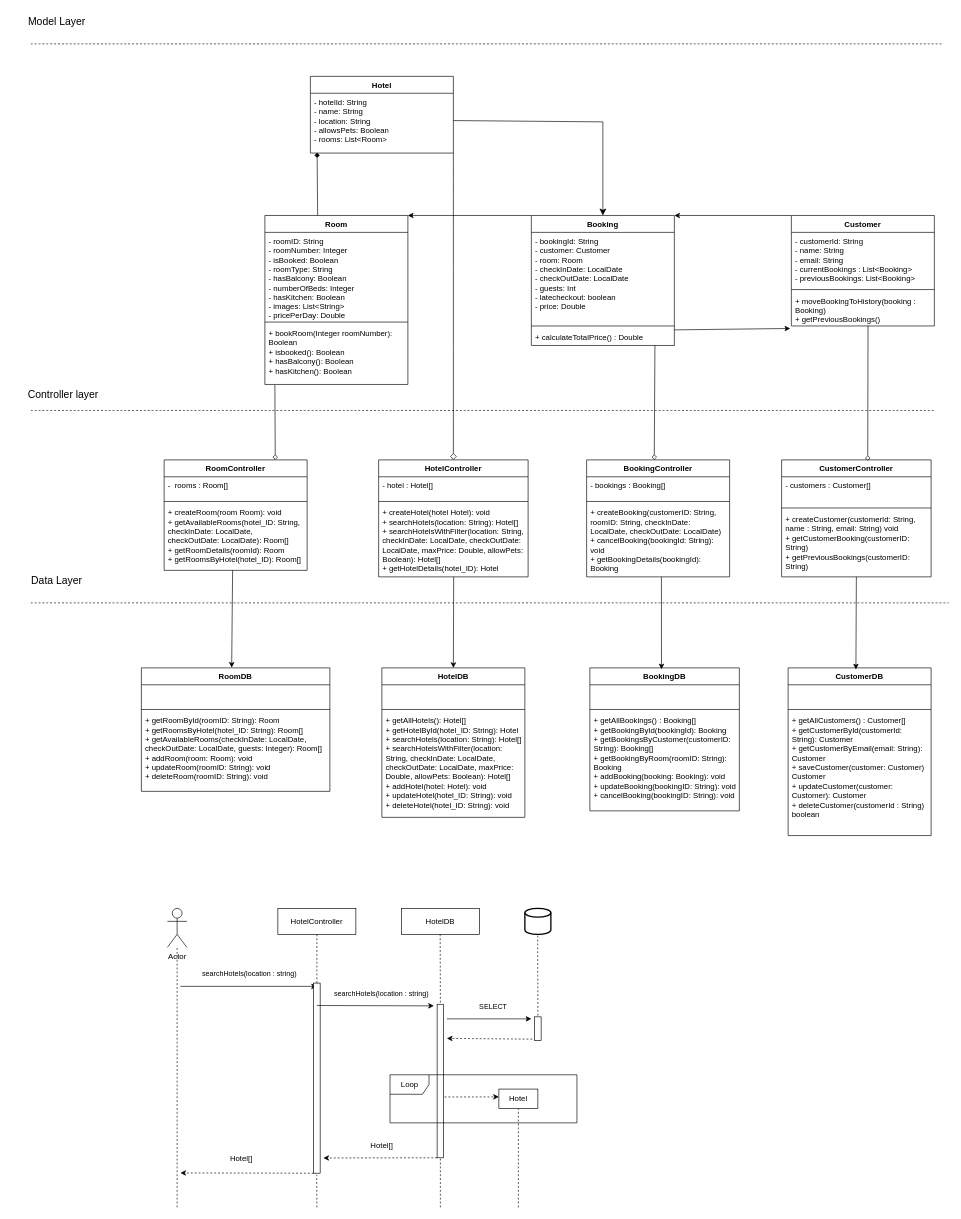
Earlier version of the draw.io diagram V3/Design Module.drawio (rthor997/HBV401G-Throun_hugbunathar). Source tidied: cells renumbered, new cells numbered last; positions are measured from the earlier drawing's top-left corner, leaving out a move shared by most shapes. Both pictures are drawn from the tidied source at 65%, with x=0, y=0 at pixel (11, 11).
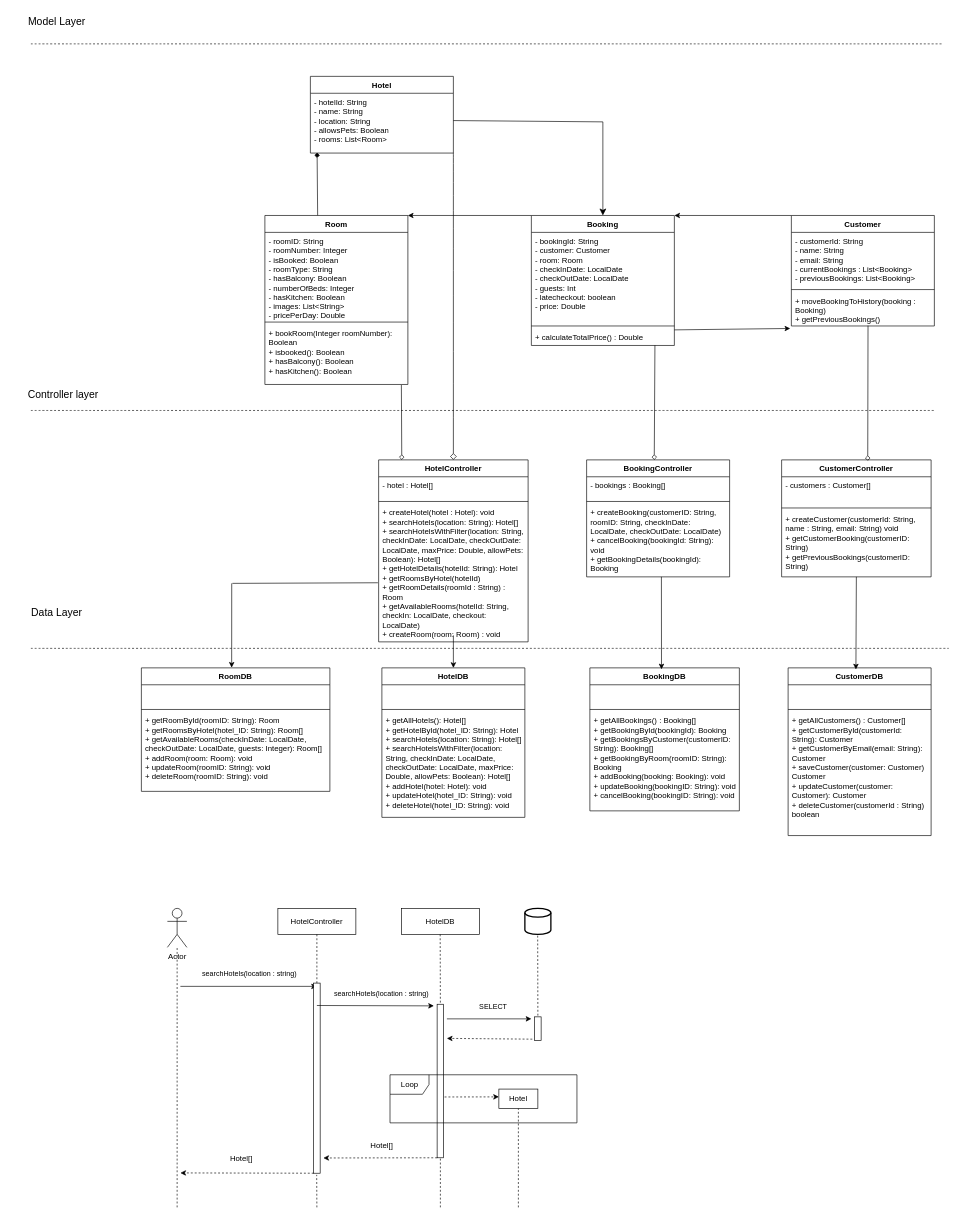
The same page after the edit.

Commit message:
Sameina Hotelcontroller og roomcontroller

Unchanged cells that the change refers to:
```xml
<mxCell id="17" value="+ bookRoom(Integer roomNumber): Boolean&lt;div&gt;+ isbooked(): Boolean&lt;/div&gt;&lt;div&gt;&lt;span style=&quot;background-color: transparent; color: light-dark(rgb(0, 0, 0), rgb(255, 255, 255));&quot;&gt;+ hasBalcony(): Boolean&lt;/span&gt;&lt;/div&gt;&lt;div&gt;+ hasKitchen(): Boolean&lt;/div&gt;&lt;div&gt;&lt;div&gt;&lt;br&gt;&lt;/div&gt;&lt;div&gt;&lt;br&gt;&lt;/div&gt;&lt;/div&gt;" style="text;strokeColor=none;fillColor=none;align=left;verticalAlign=top;spacingLeft=4;spacingRight=4;overflow=hidden;points=[[0,0.5],[1,0.5]];portConstraint=eastwest;whiteSpace=wrap;html=1;" parent="14" vertex="1">
  <mxGeometry y="168" width="220" height="92" as="geometry" />
</mxCell>
<mxCell id="45" value="RoomDB" style="swimlane;fontStyle=1;align=center;verticalAlign=top;horizontal=1;startSize=26;whiteSpace=wrap;html=1;" parent="1" vertex="1">
  <mxGeometry x="200" y="1010" width="290" height="190" as="geometry" />
</mxCell>
<mxCell id="58" value="HotelDB" style="swimlane;fontStyle=1;align=center;verticalAlign=top;horizontal=1;startSize=26;whiteSpace=wrap;html=1;" parent="1" vertex="1">
  <mxGeometry x="570" y="1010" width="220" height="230" as="geometry" />
</mxCell>
```

Diff of the diagram source:
```diff
@@
     <mxCell id="23" style="endArrow=none;dashed=1;html=1;rounded=0;fontSize=12;startSize=8;endSize=8;curved=1;" parent="1" edge="1">
       <mxGeometry relative="1" as="geometry">
-        <mxPoint x="30" y="910" as="sourcePoint" />
-        <mxPoint x="1442" y="910" as="targetPoint" />
+        <mxPoint x="30" y="980" as="sourcePoint" />
+        <mxPoint x="1442" y="980" as="targetPoint" />
       </mxGeometry>
     </mxCell>
     <mxCell id="24" value="Data Layer" style="text;html=1;whiteSpace=wrap;strokeColor=none;fillColor=none;align=center;verticalAlign=middle;rounded=0;fontSize=16;" parent="1" vertex="1">
-      <mxGeometry y="860" width="140" height="30" as="geometry" />
+      <mxGeometry y="910" width="140" height="30" as="geometry" />
     </mxCell>
@@
-    <mxCell id="30" value="RoomController" style="swimlane;fontStyle=1;align=center;verticalAlign=top;horizontal=1;startSize=26;whiteSpace=wrap;html=1;" parent="1" vertex="1">
-      <mxGeometry x="235" y="690" width="220" height="170" as="geometry" />
-    </mxCell>
-    <mxCell id="31" style="endArrow=diamond;html=1;rounded=0;exitX=0.07;exitY=1.009;exitDx=0;exitDy=0;exitPerimeter=0;endFill=0;" parent="30" edge="1" source="17">
-      <mxGeometry relative="1" as="geometry">
-        <mxPoint x="171" as="targetPoint" />
-      </mxGeometry>
-    </mxCell>
-    <mxCell id="32" value="-&amp;nbsp; rooms : Room[]&amp;nbsp;" style="text;strokeColor=none;fillColor=none;align=left;verticalAlign=top;spacingLeft=4;spacingRight=4;overflow=hidden;whiteSpace=wrap;html=1;" parent="30" vertex="1">
-      <mxGeometry y="26" width="220" height="34" as="geometry" />
-    </mxCell>
-    <mxCell id="33" style="line;strokeWidth=1;fillColor=none;align=left;verticalAlign=middle;spacingTop=-1;spacingLeft=3;spacingRight=3;labelPosition=right;strokeColor=inherit;" parent="30" vertex="1">
-      <mxGeometry y="60" width="220" height="8" as="geometry" />
-    </mxCell>
-    <mxCell id="34" value="&lt;div&gt;&lt;span style=&quot;color: light-dark(rgb(0, 0, 0), rgb(255, 255, 255)); background-color: transparent;&quot;&gt;+ createRoom(room Room): void&lt;/span&gt;&lt;/div&gt;&lt;div&gt;&lt;span style=&quot;color: light-dark(rgb(0, 0, 0), rgb(255, 255, 255)); background-color: transparent;&quot;&gt;+&amp;nbsp;&lt;/span&gt;getAvailableRooms(hotel_ID: String, checkInDate: LocalDate, checkOutDate: LocalDate): Room[]&lt;/div&gt;&lt;div&gt;&lt;div&gt;&lt;span style=&quot;background-color: transparent; color: light-dark(rgb(0, 0, 0), rgb(255, 255, 255));&quot;&gt;+&amp;nbsp;&lt;/span&gt;getRoomDetails(roomId): Room&lt;/div&gt;&lt;div&gt;+ getRoomsByHotel(hotel_ID): Room[]&amp;nbsp;&lt;/div&gt;&lt;/div&gt;&lt;div&gt;&lt;br&gt;&lt;/div&gt;" style="text;strokeColor=none;fillColor=none;align=left;verticalAlign=top;spacingLeft=4;spacingRight=4;overflow=hidden;points=[[0,0.5],[1,0.5]];portConstraint=eastwest;whiteSpace=wrap;html=1;" parent="30" vertex="1">
-      <mxGeometry y="68" width="220" height="102" as="geometry" />
-    </mxCell>
@@
     <mxCell id="40" value="HotelController" style="swimlane;fontStyle=1;align=center;verticalAlign=top;horizontal=1;startSize=26;whiteSpace=wrap;html=1;" parent="1" vertex="1">
-      <mxGeometry x="565" y="690" width="230" height="180" as="geometry" />
+      <mxGeometry x="565" y="690" width="230" height="280" as="geometry" />
     </mxCell>
@@
-    <mxCell id="43" value="&lt;div&gt;&lt;span style=&quot;background-color: transparent; color: light-dark(rgb(0, 0, 0), rgb(255, 255, 255));&quot;&gt;+ createHotel(hotel Hotel): void&lt;/span&gt;&lt;/div&gt;&lt;div&gt;&lt;span style=&quot;background-color: transparent; color: light-dark(rgb(0, 0, 0), rgb(255, 255, 255));&quot;&gt;+ searchHotels(location: String): Hotel[]&lt;/span&gt;&lt;/div&gt;&lt;div&gt;&lt;span style=&quot;background-color: transparent; color: light-dark(rgb(0, 0, 0), rgb(255, 255, 255));&quot;&gt;+ searchHotelsWithFilter(location: String, checkInDate: LocalDate, checkOutDate: LocalDate, maxPrice: Double, allowPets: Boolean): Hotel[]&lt;/span&gt;&lt;/div&gt;&lt;div&gt;+ getHotelDetails(hotel_ID): Hotel&lt;/div&gt;&lt;div&gt;&lt;br&gt;&lt;/div&gt;" style="text;strokeColor=none;fillColor=none;align=left;verticalAlign=top;spacingLeft=4;spacingRight=4;overflow=hidden;points=[[0,0.5],[1,0.5]];portConstraint=eastwest;whiteSpace=wrap;html=1;" parent="40" vertex="1">
-      <mxGeometry y="68" width="230" height="112" as="geometry" />
+    <mxCell id="43" value="&lt;div&gt;&lt;span style=&quot;background-color: transparent; color: light-dark(rgb(0, 0, 0), rgb(255, 255, 255));&quot;&gt;+ createHotel(hotel : Hotel): void&lt;/span&gt;&lt;/div&gt;&lt;div&gt;&lt;span style=&quot;background-color: transparent; color: light-dark(rgb(0, 0, 0), rgb(255, 255, 255));&quot;&gt;+ searchHotels(location: String): Hotel[]&lt;/span&gt;&lt;/div&gt;&lt;div&gt;&lt;span style=&quot;background-color: transparent; color: light-dark(rgb(0, 0, 0), rgb(255, 255, 255));&quot;&gt;+ searchHotelsWithFilter(location: String, checkInDate: LocalDate, checkOutDate: LocalDate, maxPrice: Double, allowPets: Boolean): Hotel[]&lt;/span&gt;&lt;/div&gt;&lt;div&gt;+ getHotelDetails(hotelId: String): Hotel&lt;/div&gt;&lt;div&gt;+ getRoomsByHotel(hotelId)&lt;/div&gt;&lt;div&gt;+ getRoomDetails(roomId : String) : Room&lt;/div&gt;&lt;div&gt;+ getAvailableRooms(hotelId: String, checkIn: LocalDate, checkout: LocalDate)&lt;/div&gt;&lt;div&gt;+ createRoom(room: Room) : void&lt;/div&gt;&lt;div&gt;&lt;br&gt;&lt;/div&gt;" style="text;strokeColor=none;fillColor=none;align=left;verticalAlign=top;spacingLeft=4;spacingRight=4;overflow=hidden;points=[[0,0.5],[1,0.5]];portConstraint=eastwest;whiteSpace=wrap;html=1;" parent="40" vertex="1">
+      <mxGeometry y="68" width="230" height="212" as="geometry" />
     </mxCell>
@@
-    <mxCell id="62" style="endArrow=classic;html=1;rounded=0;exitX=0.479;exitY=0.999;exitDx=0;exitDy=0;exitPerimeter=0;entryX=0.479;entryY=-0.002;entryDx=0;entryDy=0;entryPerimeter=0;" parent="1" edge="1" source="34" target="45">
-      <mxGeometry relative="1" as="geometry" />
+    <mxCell id="62" style="endArrow=classic;html=1;rounded=0;entryX=0.479;entryY=-0.002;entryDx=0;entryDy=0;entryPerimeter=0;" parent="1" edge="1" target="45">
+      <mxGeometry relative="1" as="geometry">
+        <mxPoint x="339" y="880" as="sourcePoint" />
+      </mxGeometry>
     </mxCell>
@@
-    <mxCell id="64" style="endArrow=classic;html=1;rounded=0;exitX=0.502;exitY=1;exitDx=0;exitDy=0;exitPerimeter=0;entryX=0.5;entryY=0;entryDx=0;entryDy=0;" parent="1" edge="1" source="43" target="58">
-      <mxGeometry relative="1" as="geometry" />
+    <mxCell id="64" style="endArrow=classic;html=1;rounded=0;entryX=0.5;entryY=0;entryDx=0;entryDy=0;" parent="1" edge="1" target="58">
+      <mxGeometry relative="1" as="geometry">
+        <mxPoint x="680" y="960" as="sourcePoint" />
+      </mxGeometry>
     </mxCell>
@@
+    <mxCell id="31" style="endArrow=diamond;html=1;rounded=0;exitX=0.07;exitY=1.009;exitDx=0;exitDy=0;exitPerimeter=0;endFill=0;" parent="1" edge="1">
+      <mxGeometry relative="1" as="geometry">
+        <mxPoint x="600" y="574.8" as="sourcePoint" />
+        <mxPoint x="600.6" y="690" as="targetPoint" />
+      </mxGeometry>
+    </mxCell>
+    <mxCell id="96" style="endArrow=none;html=1;rounded=0;entryX=-0.005;entryY=0.571;entryDx=0;entryDy=0;entryPerimeter=0;" parent="1" edge="1" target="43">
+      <mxGeometry relative="1" as="geometry">
+        <mxPoint x="340" y="880" as="sourcePoint" />
+      </mxGeometry>
+    </mxCell>
```
